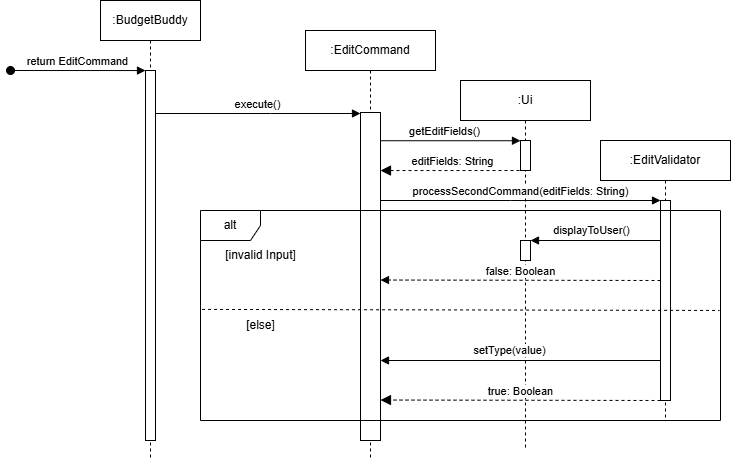
Above: docs/diagrams/EditSequenceDiagram.drawio.png in telferang/tp (draw.io), before the change. Source tidied: cells renumbered, new cells last; positions are measured from the earlier drawing's top-left corner, leaving out a move shared by most shapes. Source of this version:
```xml
<mxGraphModel>
  <root>
    <mxCell id="0" />
    <mxCell id="1" parent="0" />
    <mxCell id="2" value=":BudgetBuddy" style="shape=umlLifeline;perimeter=lifelinePerimeter;whiteSpace=wrap;html=1;newEdgeStyle={&quot;edgeStyle&quot;:&quot;elbowEdgeStyle&quot;,&quot;elbow&quot;:&quot;vertical&quot;,&quot;curved&quot;:0,&quot;rounded&quot;:0};" parent="1" vertex="1">
      <mxGeometry x="90" width="100" height="460" as="geometry" />
    </mxCell>
    <mxCell id="3" style="html=1;points=[];perimeter=orthogonalPerimeter;outlineConnect=0;targetShapes=umlLifeline;portConstraint=eastwest;newEdgeStyle={&quot;edgeStyle&quot;:&quot;elbowEdgeStyle&quot;,&quot;elbow&quot;:&quot;vertical&quot;,&quot;curved&quot;:0,&quot;rounded&quot;:0};" parent="2" vertex="1">
      <mxGeometry x="45" y="70" width="10" height="370" as="geometry" />
    </mxCell>
    <mxCell id="4" value="return EditCommand" style="html=1;verticalAlign=bottom;startArrow=oval;endArrow=block;startSize=8;edgeStyle=elbowEdgeStyle;elbow=vertical;curved=0;rounded=0;" parent="2" edge="1" target="3">
      <mxGeometry relative="1" as="geometry">
        <mxPoint x="-90" y="70" as="sourcePoint" />
      </mxGeometry>
    </mxCell>
    <mxCell id="5" value=":EditCommand" style="shape=umlLifeline;perimeter=lifelinePerimeter;whiteSpace=wrap;html=1;newEdgeStyle={&quot;edgeStyle&quot;:&quot;elbowEdgeStyle&quot;,&quot;elbow&quot;:&quot;vertical&quot;,&quot;curved&quot;:0,&quot;rounded&quot;:0};" parent="1" vertex="1">
      <mxGeometry x="295" y="30" width="130" height="430" as="geometry" />
    </mxCell>
    <mxCell id="6" style="html=1;points=[[0,0,0,0,5],[0,1,0,0,-5],[1,0,0,0,5],[1,1,0,0,-5]];perimeter=orthogonalPerimeter;outlineConnect=0;targetShapes=umlLifeline;portConstraint=eastwest;newEdgeStyle={&quot;curved&quot;:0,&quot;rounded&quot;:0};" parent="5" vertex="1">
      <mxGeometry x="55" y="82" width="20" height="328" as="geometry" />
    </mxCell>
    <mxCell id="7" value="execute()" style="html=1;verticalAlign=bottom;endArrow=block;edgeStyle=elbowEdgeStyle;elbow=vertical;curved=0;rounded=0;" parent="1" edge="1" target="6">
      <mxGeometry relative="1" as="geometry">
        <mxPoint x="145" y="113" as="sourcePoint" />
        <Array as="points">
          <mxPoint x="260" y="113" />
          <mxPoint x="80" y="23" />
        </Array>
      </mxGeometry>
    </mxCell>
    <mxCell id="8" value=":Ui" style="shape=umlLifeline;perimeter=lifelinePerimeter;whiteSpace=wrap;html=1;newEdgeStyle={&quot;edgeStyle&quot;:&quot;elbowEdgeStyle&quot;,&quot;elbow&quot;:&quot;vertical&quot;,&quot;curved&quot;:0,&quot;rounded&quot;:0};" parent="1" vertex="1">
      <mxGeometry x="450" y="80" width="130" height="370" as="geometry" />
    </mxCell>
    <mxCell id="9" style="html=1;points=[];perimeter=orthogonalPerimeter;outlineConnect=0;targetShapes=umlLifeline;portConstraint=eastwest;newEdgeStyle={&quot;edgeStyle&quot;:&quot;elbowEdgeStyle&quot;,&quot;elbow&quot;:&quot;vertical&quot;,&quot;curved&quot;:0,&quot;rounded&quot;:0};" parent="8" vertex="1">
      <mxGeometry x="60" y="60" width="10" height="30" as="geometry" />
    </mxCell>
    <mxCell id="10" style="html=1;perimeter=orthogonalPerimeter;targetShapes=umlLifeline;newEdgeStyle={&quot;edgeStyle&quot;:&quot;elbowEdgeStyle&quot;,&quot;elbow&quot;:&quot;vertical&quot;,&quot;curved&quot;:0,&quot;rounded&quot;:0};" parent="8" vertex="1">
      <mxGeometry x="60" y="160" width="10" height="20" as="geometry" />
    </mxCell>
    <mxCell id="11" value="getEditFields()" style="html=1;verticalAlign=bottom;endArrow=block;edgeStyle=elbowEdgeStyle;elbow=vertical;curved=0;rounded=0;" parent="1" edge="1">
      <mxGeometry relative="1" as="geometry">
        <mxPoint x="370" y="130" as="sourcePoint" />
        <mxPoint x="510" y="140.2" as="targetPoint" />
        <Array as="points">
          <mxPoint x="490" y="140.2" />
        </Array>
      </mxGeometry>
    </mxCell>
    <mxCell id="12" value="editFields: String" style="html=1;verticalAlign=bottom;endArrow=block;dashed=1;endSize=8;edgeStyle=elbowEdgeStyle;elbow=vertical;curved=0;rounded=0;endFill=1;" parent="1" edge="1" source="9">
      <mxGeometry relative="1" as="geometry">
        <mxPoint x="370" y="170" as="targetPoint" />
      </mxGeometry>
    </mxCell>
    <mxCell id="13" value=":EditValidator" style="shape=umlLifeline;perimeter=lifelinePerimeter;whiteSpace=wrap;html=1;newEdgeStyle={&quot;edgeStyle&quot;:&quot;elbowEdgeStyle&quot;,&quot;elbow&quot;:&quot;vertical&quot;,&quot;curved&quot;:0,&quot;rounded&quot;:0};" parent="1" vertex="1">
      <mxGeometry x="590" y="140" width="130" height="280" as="geometry" />
    </mxCell>
    <mxCell id="14" style="html=1;points=[];perimeter=orthogonalPerimeter;outlineConnect=0;targetShapes=umlLifeline;portConstraint=eastwest;newEdgeStyle={&quot;edgeStyle&quot;:&quot;elbowEdgeStyle&quot;,&quot;elbow&quot;:&quot;vertical&quot;,&quot;curved&quot;:0,&quot;rounded&quot;:0};" parent="13" vertex="1">
      <mxGeometry x="60" y="60" width="10" height="200" as="geometry" />
    </mxCell>
    <mxCell id="15" value="processSecondCommand(editFields: String)" style="html=1;verticalAlign=bottom;endArrow=block;edgeStyle=elbowEdgeStyle;elbow=vertical;curved=0;rounded=0;" parent="1" edge="1" target="14">
      <mxGeometry relative="1" as="geometry">
        <mxPoint x="370" y="200" as="sourcePoint" />
        <Array as="points">
          <mxPoint x="500" y="200" />
        </Array>
      </mxGeometry>
    </mxCell>
    <mxCell id="16" value="false: Boolean" style="html=1;verticalAlign=bottom;endArrow=block;dashed=1;edgeStyle=elbowEdgeStyle;elbow=vertical;curved=0;rounded=0;endFill=1;" parent="1" edge="1">
      <mxGeometry relative="1" as="geometry">
        <mxPoint x="650" y="280" as="sourcePoint" />
        <mxPoint x="370" y="280" as="targetPoint" />
      </mxGeometry>
    </mxCell>
    <mxCell id="17" value="displayToUser()" style="endArrow=block;html=1;rounded=0;endFill=1;" parent="1" edge="1">
      <mxGeometry x="0.08" y="-10" relative="1" as="geometry">
        <mxPoint x="650" y="240" as="sourcePoint" />
        <mxPoint x="520" y="240" as="targetPoint" />
      </mxGeometry>
    </mxCell>
    <mxCell id="18" value="setType(value)" style="endArrow=block;html=1;rounded=0;endFill=1;" parent="1" edge="1">
      <mxGeometry x="0.08" y="-10" relative="1" as="geometry">
        <mxPoint x="650" y="360" as="sourcePoint" />
        <mxPoint x="370" y="360" as="targetPoint" />
      </mxGeometry>
    </mxCell>
    <mxCell id="19" value="true: Boolean" style="html=1;verticalAlign=bottom;endArrow=block;dashed=1;endSize=8;edgeStyle=elbowEdgeStyle;elbow=vertical;curved=0;rounded=0;endFill=1;" parent="1" edge="1">
      <mxGeometry relative="1" as="geometry">
        <mxPoint x="650" y="400" as="sourcePoint" />
        <mxPoint x="370" y="400" as="targetPoint" />
      </mxGeometry>
    </mxCell>
    <mxCell id="20" value="alt" style="shape=umlFrame;whiteSpace=wrap;html=1;" parent="1" vertex="1">
      <mxGeometry x="190" y="210" width="520" height="210" as="geometry" />
    </mxCell>
    <mxCell id="21" value="[invalid Input]" style="text;html=1;align=center;verticalAlign=middle;strokeColor=none;fillColor=none;" parent="1" vertex="1">
      <mxGeometry x="205" y="240" width="90" height="30" as="geometry" />
    </mxCell>
    <mxCell id="22" value="[else]" style="text;html=1;align=center;verticalAlign=middle;strokeColor=none;fillColor=none;" parent="1" vertex="1">
      <mxGeometry x="225" y="310" width="50" height="30" as="geometry" />
    </mxCell>
    <mxCell id="23" style="endArrow=none;dashed=1;html=1;rounded=0;exitX=0.003;exitY=0.471;exitDx=0;exitDy=0;exitPerimeter=0;entryX=0.998;entryY=0.476;entryDx=0;entryDy=0;entryPerimeter=0;" parent="1" edge="1" source="20" target="20">
      <mxGeometry relative="1" as="geometry" />
    </mxCell>
  </root>
</mxGraphModel>
```
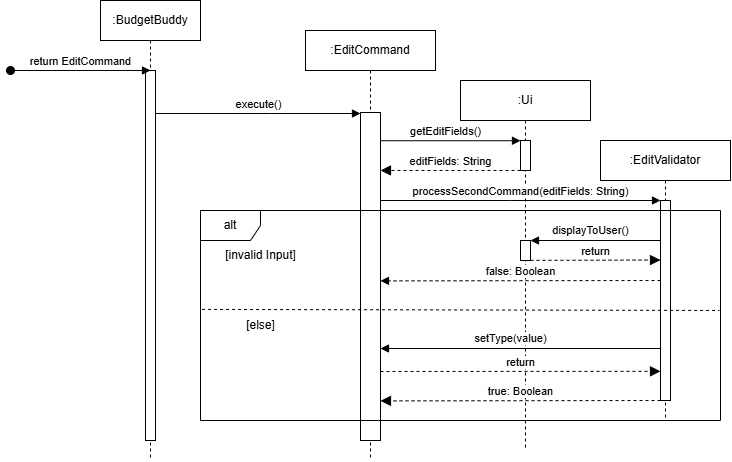
Later version of the same file.

The edit, as a diff of the source:
```diff
@@ -79,8 +79,8 @@
     </mxCell>
     <mxCell id="18" value="setType(value)" style="endArrow=block;html=1;rounded=0;endFill=1;" parent="1" edge="1">
       <mxGeometry x="0.08" y="-10" relative="1" as="geometry">
-        <mxPoint x="650" y="360" as="sourcePoint" />
-        <mxPoint x="370" y="360" as="targetPoint" />
+        <mxPoint x="650" y="348" as="sourcePoint" />
+        <mxPoint x="370" y="348" as="targetPoint" />
       </mxGeometry>
     </mxCell>
     <mxCell id="19" value="true: Boolean" style="html=1;verticalAlign=bottom;endArrow=block;dashed=1;endSize=8;edgeStyle=elbowEdgeStyle;elbow=vertical;curved=0;rounded=0;endFill=1;" parent="1" edge="1">
@@ -101,5 +101,17 @@
     <mxCell id="23" style="endArrow=none;dashed=1;html=1;rounded=0;exitX=0.003;exitY=0.471;exitDx=0;exitDy=0;exitPerimeter=0;entryX=0.998;entryY=0.476;entryDx=0;entryDy=0;entryPerimeter=0;" parent="1" edge="1" source="20" target="20">
       <mxGeometry relative="1" as="geometry" />
     </mxCell>
+    <mxCell id="24" value="return" style="html=1;verticalAlign=bottom;endArrow=block;dashed=1;endSize=8;edgeStyle=elbowEdgeStyle;elbow=vertical;curved=0;rounded=0;endFill=1;" parent="1" edge="1">
+      <mxGeometry relative="1" as="geometry">
+        <mxPoint x="520" y="259.9" as="sourcePoint" />
+        <mxPoint x="650" y="260" as="targetPoint" />
+      </mxGeometry>
+    </mxCell>
+    <mxCell id="25" value="return" style="html=1;verticalAlign=bottom;endArrow=block;dashed=1;endSize=8;edgeStyle=elbowEdgeStyle;elbow=vertical;curved=0;rounded=0;endFill=1;" parent="1" edge="1">
+      <mxGeometry relative="1" as="geometry">
+        <mxPoint x="370" y="371" as="sourcePoint" />
+        <mxPoint x="650" y="371" as="targetPoint" />
+      </mxGeometry>
+    </mxCell>
   </root>
 </mxGraphModel>
```
